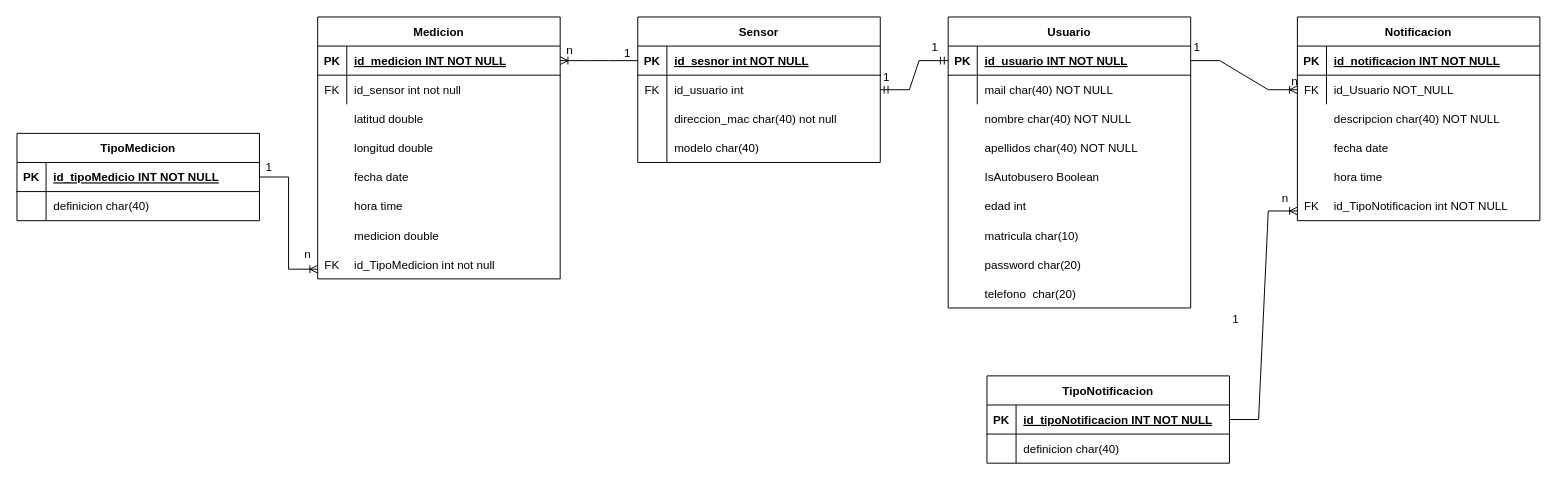
The draw.io diagram doc/Diseño/DiseñoBD.drawio in 3-GTI-ProyectoMedioAmbiente/BackEndRest, before the edit. Source tidied: cells renumbered, new cells numbered last; positions are measured from the earlier drawing's top-left corner, leaving out a move shared by most shapes. Both pictures are drawn from the tidied source at 97%, with x=0, y=0 at pixel (16, 16).
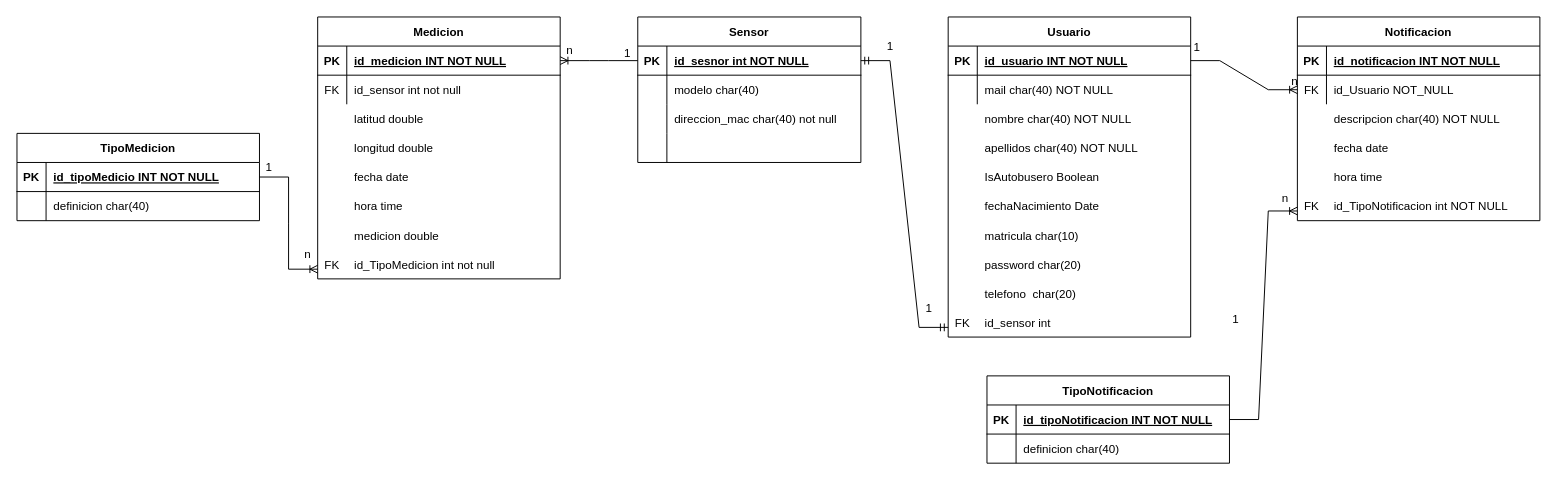
After the change.

Commit message (it also covers changes not shown here):
Agregar petición, get id sensor por Mac

Unchanged cells that the change refers to:
```xml
<mxCell id="23" style="shape=partialRectangle;fillColor=none;points=[[0,0.5],[1,0.5]];portConstraint=eastwest;top=0;left=0;right=0;bottom=1;" parent="22" vertex="1">
  <mxGeometry y="30" width="250" height="30" as="geometry" />
</mxCell>
```

Change to the diagram source:
```diff
@@
     <mxCell id="2" value="Sensor" style="shape=table;startSize=30;childLayout=tableLayout;rowLines=0;fontStyle=1;align=center;" parent="1" vertex="1">
-      <mxGeometry x="640" width="250" height="150" as="geometry" />
+      <mxGeometry x="640" width="230" height="150" as="geometry" />
     </mxCell>
     <mxCell id="3" style="shape=partialRectangle;fillColor=none;points=[[0,0.5],[1,0.5]];portConstraint=eastwest;top=0;left=0;right=0;bottom=1;" parent="2" vertex="1">
-      <mxGeometry y="30" width="250" height="30" as="geometry" />
+      <mxGeometry y="30" width="230" height="30" as="geometry" />
     </mxCell>
@@
     <mxCell id="5" value="id_sesnor int NOT NULL " style="shape=partialRectangle;overflow=hidden;fillColor=none;top=0;left=0;bottom=0;right=0;align=left;spacingLeft=6;fontStyle=5;" parent="3" vertex="1">
-      <mxGeometry x="30" width="220" height="30" as="geometry" />
+      <mxGeometry x="30" width="200" height="30" as="geometry" />
     </mxCell>
     <mxCell id="6" style="shape=partialRectangle;fillColor=none;points=[[0,0.5],[1,0.5]];portConstraint=eastwest;top=0;left=0;right=0;bottom=0;" parent="2" vertex="1">
-      <mxGeometry y="60" width="250" height="30" as="geometry" />
+      <mxGeometry y="60" width="230" height="30" as="geometry" />
     </mxCell>
-    <mxCell id="7" value="FK" style="shape=partialRectangle;overflow=hidden;fillColor=none;top=0;left=0;bottom=0;right=0;" parent="6" vertex="1">
+    <mxCell id="7" style="shape=partialRectangle;overflow=hidden;fillColor=none;top=0;left=0;bottom=0;right=0;" parent="6" vertex="1">
       <mxGeometry width="30" height="30" as="geometry" />
     </mxCell>
-    <mxCell id="8" value="id_usuario int" style="shape=partialRectangle;overflow=hidden;fillColor=none;top=0;left=0;bottom=0;right=0;align=left;spacingLeft=6;" parent="6" vertex="1">
-      <mxGeometry x="30" width="220" height="30" as="geometry" />
+    <mxCell id="8" style="shape=partialRectangle;overflow=hidden;fillColor=none;top=0;left=0;bottom=0;right=0;align=left;spacingLeft=6;" parent="6" vertex="1">
+      <mxGeometry x="30" width="200" height="30" as="geometry" />
     </mxCell>
     <mxCell id="9" style="shape=partialRectangle;fillColor=none;top=0;left=0;right=0;bottom=0;" parent="2" vertex="1">
-      <mxGeometry y="90" width="250" height="30" as="geometry" />
+      <mxGeometry y="90" width="230" height="30" as="geometry" />
     </mxCell>
@@
     <mxCell id="11" value="direccion_mac char(40) not null" style="shape=partialRectangle;overflow=hidden;fillColor=none;top=0;left=0;bottom=0;right=0;align=left;spacingLeft=6;" parent="9" vertex="1">
-      <mxGeometry x="30" width="220" height="30" as="geometry" />
+      <mxGeometry x="30" width="200" height="30" as="geometry" />
     </mxCell>
     <mxCell id="12" style="shape=partialRectangle;fillColor=none;top=0;left=0;right=0;bottom=0;" parent="2" vertex="1">
-      <mxGeometry y="120" width="250" height="30" as="geometry" />
+      <mxGeometry y="120" width="230" height="30" as="geometry" />
     </mxCell>
@@
     <mxCell id="14" style="shape=partialRectangle;overflow=hidden;fillColor=none;top=0;left=0;bottom=0;right=0;align=left;spacingLeft=6;" parent="12" vertex="1">
-      <mxGeometry x="30" width="220" height="30" as="geometry" />
+      <mxGeometry x="30" width="200" height="30" as="geometry" />
     </mxCell>
@@
     <mxCell id="22" value="Usuario" style="shape=table;startSize=30;childLayout=tableLayout;rowLines=0;fontStyle=1;align=center;" parent="1" vertex="1">
-      <mxGeometry x="960" width="250" height="300" as="geometry" />
+      <mxGeometry x="960" width="250" height="330" as="geometry" />
     </mxCell>
@@
-    <mxCell id="33" value="edad int" style="shape=partialRectangle;overflow=hidden;fillColor=none;top=0;left=0;bottom=0;right=0;align=left;spacingLeft=6;" parent="1" vertex="1">
+    <mxCell id="33" value="fechaNacimiento Date" style="shape=partialRectangle;overflow=hidden;fillColor=none;top=0;left=0;bottom=0;right=0;align=left;spacingLeft=6;" parent="1" vertex="1">
       <mxGeometry x="990" y="180" width="220" height="30" as="geometry" />
     </mxCell>
@@
-    <mxCell id="43" value="1" style="html=1;align=right;verticalAlign=bottom;" parent="1" vertex="1">
-      <mxGeometry x="900" y="70" as="geometry" />
-    </mxCell>
@@
     <mxCell id="64" value="modelo char(40)" style="shape=partialRectangle;overflow=hidden;fillColor=none;top=0;left=0;bottom=0;right=0;align=left;spacingLeft=6;" parent="1" vertex="1">
-      <mxGeometry x="670" y="120" width="220" height="30" as="geometry" />
+      <mxGeometry x="670" y="60" width="200" height="30" as="geometry" />
     </mxCell>
@@
-    <mxCell id="84" style="edgeStyle=entityRelationEdgeStyle;fontSize=12;html=1;endArrow=ERmandOne;startArrow=ERmandOne;rounded=0;entryX=0;entryY=0.5;entryDx=0;entryDy=0;exitX=1;exitY=0.5;exitDx=0;exitDy=0;" parent="1" edge="1" source="6" target="23">
-      <mxGeometry relative="1" as="geometry" />
-    </mxCell>
-    <mxCell id="85" value="1" style="html=1;align=right;verticalAlign=bottom;" parent="1" vertex="1">
-      <mxGeometry x="950" y="40" as="geometry" />
-    </mxCell>
@@
+    <mxCell id="89" value="id_sensor int" style="shape=partialRectangle;overflow=hidden;fillColor=none;top=0;left=0;bottom=0;right=0;align=left;spacingLeft=6;" parent="1" vertex="1">
+      <mxGeometry x="990" y="300" width="220" height="30" as="geometry" />
+    </mxCell>
+    <mxCell id="90" value="FK" style="shape=partialRectangle;overflow=hidden;fillColor=none;top=0;left=0;bottom=0;right=0;" parent="1" vertex="1">
+      <mxGeometry x="960" y="300" width="30" height="30" as="geometry" />
+    </mxCell>
+    <mxCell id="91" style="edgeStyle=entityRelationEdgeStyle;fontSize=12;html=1;endArrow=ERmandOne;startArrow=ERmandOne;rounded=0;exitX=1;exitY=0.5;exitDx=0;exitDy=0;" parent="1" edge="1" source="3">
+      <mxGeometry relative="1" as="geometry">
+        <mxPoint x="960" y="320" as="targetPoint" />
+      </mxGeometry>
+    </mxCell>
+    <mxCell id="92" value="1" style="edgeLabel;html=1;align=center;verticalAlign=middle;fontSize=12;" parent="91" vertex="1">
+      <mxGeometry x="0.88" y="-2" relative="1" as="geometry">
+        <mxPoint y="-22" as="offset" />
+      </mxGeometry>
+    </mxCell>
+    <mxCell id="93" value="1" style="edgeLabel;html=1;align=center;verticalAlign=middle;fontSize=12;" parent="91" vertex="1">
+      <mxGeometry x="-0.85" relative="1" as="geometry">
+        <mxPoint x="4" y="-15" as="offset" />
+      </mxGeometry>
+    </mxCell>
```
